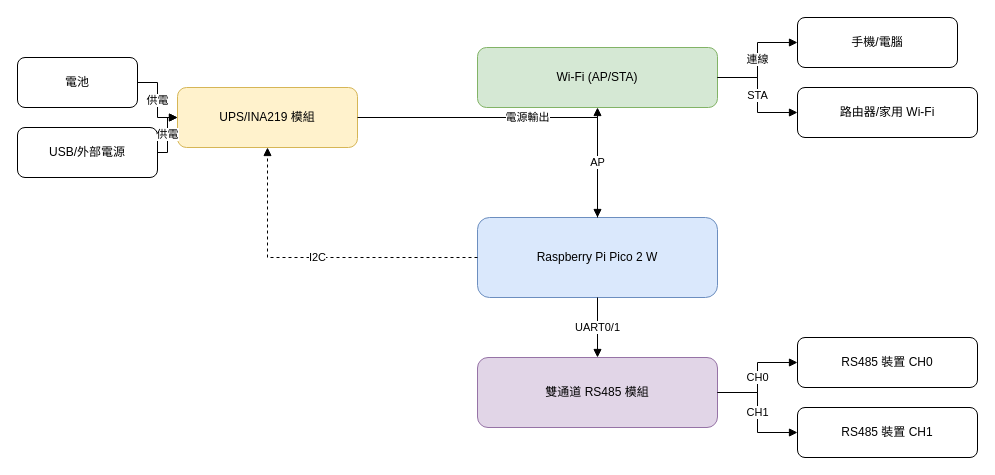
Before: hardware_arch.drawio in Sherman-Chung/Pico_WiFitoRS, a draw.io diagram. Source tidied: cells renumbered, new cells numbered last; positions are measured from the earlier drawing's top-left corner, leaving out a move shared by most shapes. Both pictures are drawn from the tidied source at 100%, with x=0, y=0 at pixel (17, 17).
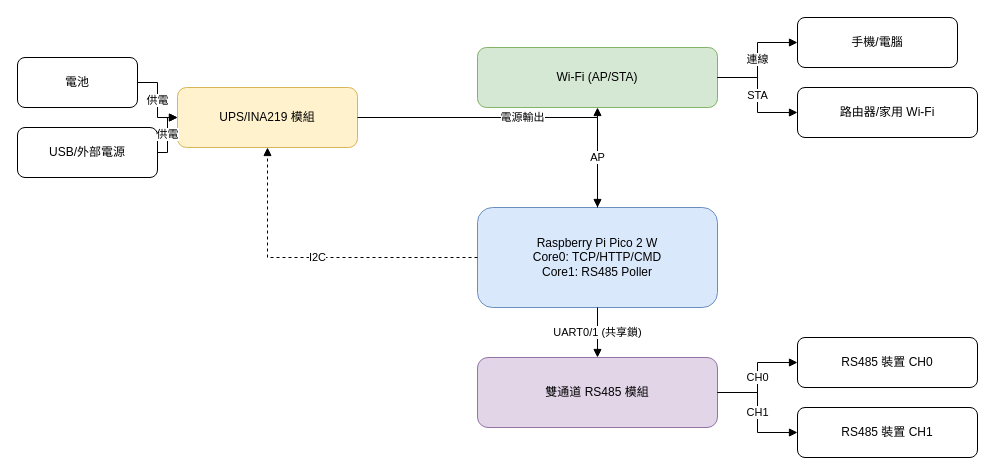
After the change.

Commit message (it also covers changes not shown here):
Refactor Modbus Gateway and Poller Implementation

Unchanged cells that the change refers to:
```xml
<mxCell id="6" value="雙通道 RS485 模組" style="rounded=1;whiteSpace=wrap;html=1;fillColor=#e1d5e7;strokeColor=#9673a6;" parent="1" vertex="1">
  <mxGeometry x="460" y="340" width="240" height="70" as="geometry" />
</mxCell>
```

The edit, as a diff of the source:
```diff
@@
-    <mxCell id="2" value="Raspberry Pi Pico 2 W" style="rounded=1;whiteSpace=wrap;html=1;fillColor=#dae8fc;strokeColor=#6c8ebf;" parent="1" vertex="1">
-      <mxGeometry x="460" y="200" width="240" height="80" as="geometry" />
+    <mxCell id="2" value="Raspberry Pi Pico 2 W&#10;Core0: TCP/HTTP/CMD&#10;Core1: RS485 Poller" style="rounded=1;whiteSpace=wrap;html=1;fillColor=#dae8fc;strokeColor=#6c8ebf;" parent="1" vertex="1">
+      <mxGeometry x="460" y="190" width="240" height="100" as="geometry" />
     </mxCell>
@@
-    <mxCell id="16" value="UART0/1" style="edgeStyle=orthogonalEdgeStyle;rounded=0;html=1;endArrow=block;" parent="1" edge="1" source="2" target="6">
+    <mxCell id="16" value="UART0/1 (共享鎖)" style="edgeStyle=orthogonalEdgeStyle;rounded=0;html=1;endArrow=block;" parent="1" edge="1" source="2" target="6">
       <mxGeometry relative="1" as="geometry" />
     </mxCell>
```
